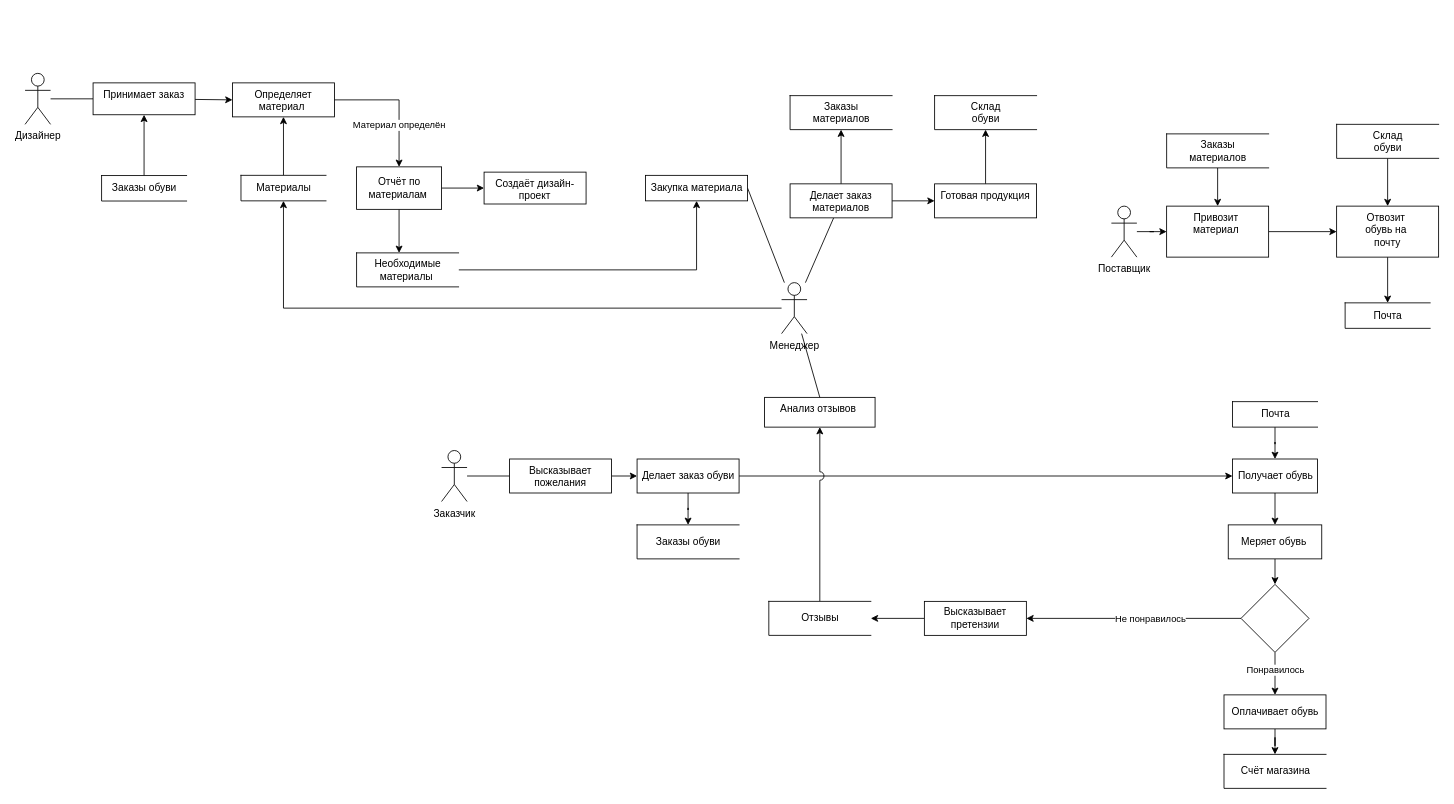
Earlier version of the draw.io diagram DFD.drawio (MorozovStanislav/Repozitory). Source tidied: cells renumbered, new cells numbered last; positions are measured from the earlier drawing's top-left corner, leaving out a move shared by most shapes. Both pictures are drawn from the tidied source at 85%, with x=0, y=0 at pixel (25, 73).
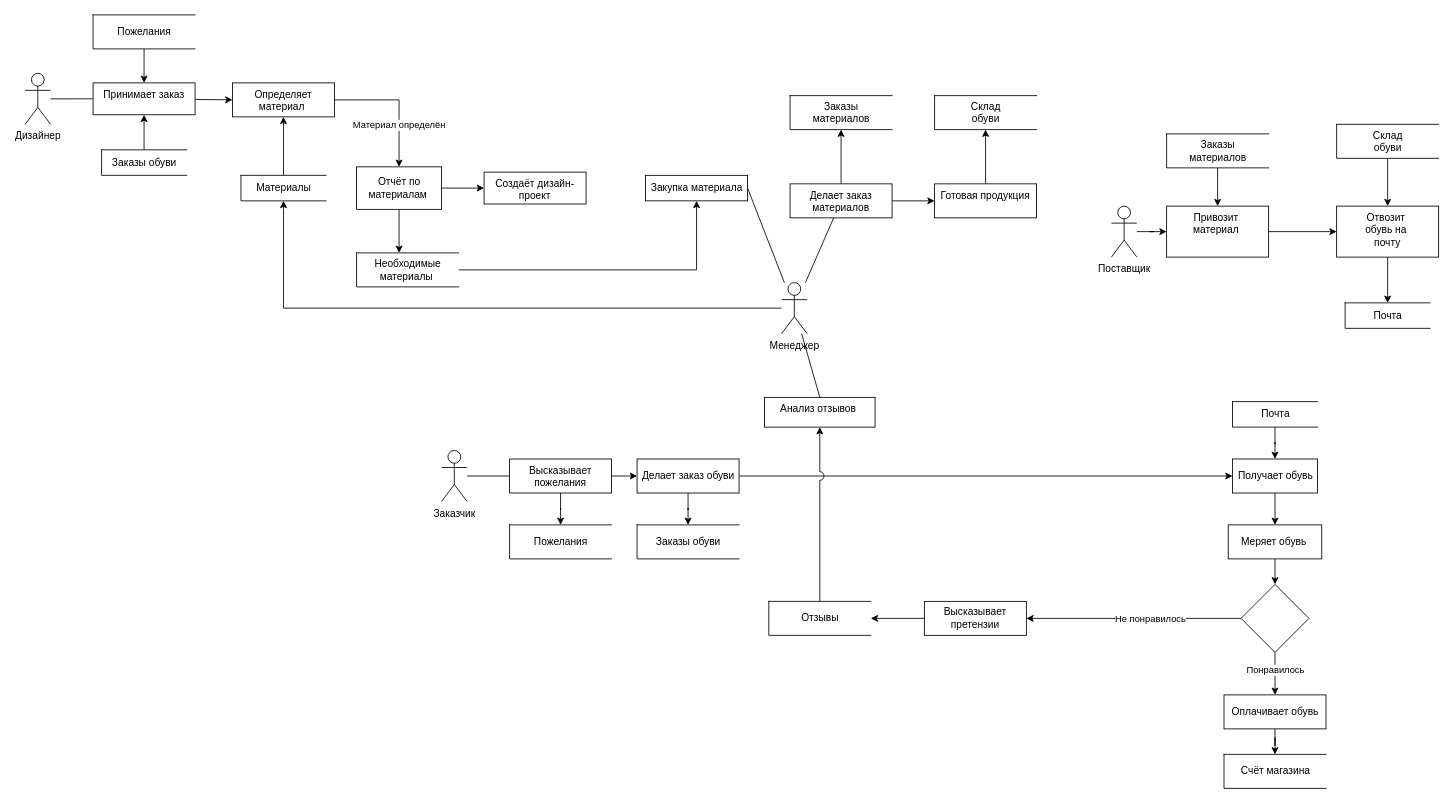
After the change.

The change refers to these unchanged cells:
```xml
<mxCell id="17" value="Принимает заказ" style="whiteSpace=wrap;html=1;verticalAlign=top;" parent="1" vertex="1">
  <mxGeometry x="80" y="11" width="120" height="37.5" as="geometry" />
</mxCell>
<mxCell id="37" value="Высказывает пожелания" style="whiteSpace=wrap;html=1;verticalAlign=top;" parent="1" vertex="1">
  <mxGeometry x="570" y="453.5" width="120" height="40" as="geometry" />
</mxCell>
```

Diff of the diagram source:
```diff
@@
+    <mxCell id="72" style="edgeStyle=orthogonalEdgeStyle;rounded=0;jettySize=auto;html=1;entryX=0.5;entryY=0;entryDx=0;entryDy=0;" parent="1" edge="1" source="37" target="73">
+      <mxGeometry relative="1" as="geometry" />
+    </mxCell>
@@
     <mxCell id="60" value="Заказы обуви" style="html=1;dashed=0;whitespace=wrap;shape=partialRectangle;right=0;" parent="1" vertex="1">
-      <mxGeometry x="90" y="120" width="100" height="30" as="geometry" />
+      <mxGeometry x="90" y="89.8" width="100" height="30" as="geometry" />
     </mxCell>
@@
+    <mxCell id="73" value="Пожелания" style="html=1;dashed=0;whitespace=wrap;shape=partialRectangle;right=0;" parent="1" vertex="1">
+      <mxGeometry x="570" y="531" width="120" height="40" as="geometry" />
+    </mxCell>
+    <mxCell id="74" style="edgeStyle=orthogonalEdgeStyle;rounded=0;jettySize=auto;html=1;entryX=0.5;entryY=0;entryDx=0;entryDy=0;" parent="1" edge="1" source="75" target="17">
+      <mxGeometry relative="1" as="geometry" />
+    </mxCell>
+    <mxCell id="75" value="Пожелания" style="html=1;dashed=0;whitespace=wrap;shape=partialRectangle;right=0;" parent="1" vertex="1">
+      <mxGeometry x="80" y="-69" width="120" height="40" as="geometry" />
+    </mxCell>
```
